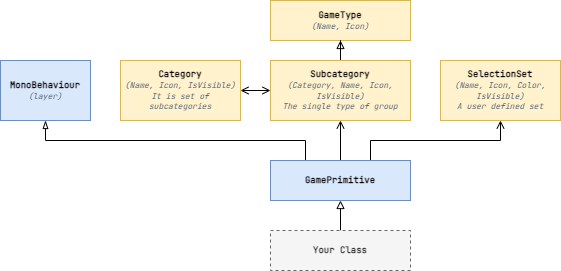
This is Documentation/XiGameToolDiagram.drawio.png from hww/XiGameTool, a draw.io export, as it was before one commit. Source tidied: cells renumbered, new cells last; positions are measured from the earlier drawing's top-left corner, leaving out a move shared by most shapes.
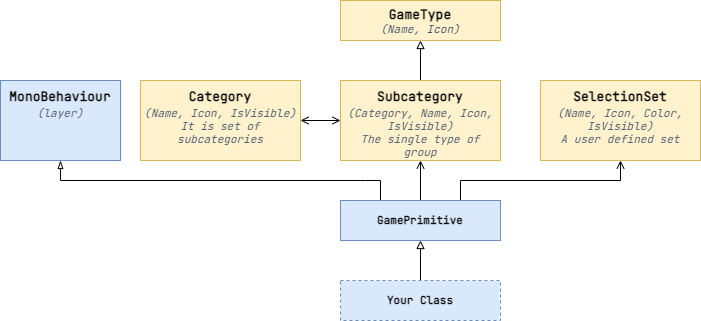
Later version of the same file.

Commit message:
chore(code): Diagram

Diff of the diagram source:
```diff
@@ -2,8 +2,8 @@
   <root>
     <mxCell id="0" />
     <mxCell id="1" parent="0" />
-    <mxCell id="2" value="&lt;b style=&quot;font-size: 9px;&quot;&gt;&lt;font style=&quot;font-size: 9px;&quot;&gt;GameType&lt;/font&gt;&lt;br style=&quot;font-size: 9px;&quot;&gt;&lt;/b&gt;&lt;i style=&quot;&quot;&gt;&lt;font color=&quot;#3a4d69&quot; style=&quot;font-size: 8px;&quot;&gt;(Name, Icon)&lt;/font&gt;&lt;/i&gt;&lt;b style=&quot;font-size: 9px;&quot;&gt;&lt;br style=&quot;font-size: 9px;&quot;&gt;&lt;/b&gt;" style="rounded=0;whiteSpace=wrap;html=1;fillColor=#fff2cc;strokeColor=#d6b656;fontFamily=JetBrains Mono;fontSource=https%3A%2F%2Ffonts.googleapis.com%2Fcss%3Ffamily%3DJetBrains%2BMono;fontSize=9;" parent="1" vertex="1">
-      <mxGeometry x="270" width="140" height="40" as="geometry" />
+    <mxCell id="2" value="&lt;b style=&quot;&quot;&gt;&lt;font style=&quot;font-size: 13px;&quot;&gt;GameType&lt;/font&gt;&lt;br style=&quot;font-size: 11px;&quot;&gt;&lt;/b&gt;&lt;i style=&quot;font-size: 11px;&quot;&gt;&lt;font color=&quot;#3a4d69&quot; style=&quot;font-size: 11px;&quot;&gt;(Name, Icon)&lt;/font&gt;&lt;/i&gt;&lt;b style=&quot;font-size: 11px;&quot;&gt;&lt;br style=&quot;font-size: 11px;&quot;&gt;&lt;/b&gt;" style="rounded=0;whiteSpace=wrap;html=1;fillColor=#fff2cc;strokeColor=#d6b656;fontFamily=JetBrains Mono;fontSource=https%3A%2F%2Ffonts.googleapis.com%2Fcss%3Ffamily%3DJetBrains%2BMono;fontSize=11;verticalAlign=top;" parent="1" vertex="1">
+      <mxGeometry x="280" y="-40" width="160" height="40" as="geometry" />
     </mxCell>
     <mxCell id="3" style="edgeStyle=orthogonalEdgeStyle;rounded=0;jettySize=auto;html=1;entryX=0.5;entryY=1;entryDx=0;entryDy=0;endArrow=block;endFill=0;" parent="1" edge="1" source="5" target="2">
       <mxGeometry relative="1" as="geometry" />
@@ -11,14 +11,14 @@
     <mxCell id="4" style="edgeStyle=orthogonalEdgeStyle;rounded=0;jettySize=auto;html=1;entryX=1;entryY=0.5;entryDx=0;entryDy=0;endArrow=open;endFill=0;startArrow=open;startFill=0;" parent="1" edge="1" source="5" target="6">
       <mxGeometry relative="1" as="geometry" />
     </mxCell>
-    <mxCell id="5" value="&lt;b style=&quot;font-size: 9px;&quot;&gt;&lt;font style=&quot;font-size: 9px;&quot;&gt;Subcategory&lt;/font&gt;&lt;br style=&quot;font-size: 9px;&quot;&gt;&lt;/b&gt;&lt;font style=&quot;font-size: 8px;&quot;&gt;&lt;i style=&quot;color: rgb(82, 97, 115);&quot;&gt;(Category, Name, Icon, IsVisible)&lt;/i&gt;&lt;br style=&quot;&quot;&gt;&lt;i style=&quot;color: rgb(82, 97, 115);&quot;&gt;The single type of group&lt;/i&gt;&lt;/font&gt;&lt;b style=&quot;font-size: 9px;&quot;&gt;&lt;br style=&quot;font-size: 9px;&quot;&gt;&lt;/b&gt;" style="rounded=0;whiteSpace=wrap;html=1;fillColor=#fff2cc;strokeColor=#d6b656;fontFamily=JetBrains Mono;fontSource=https%3A%2F%2Ffonts.googleapis.com%2Fcss%3Ffamily%3DJetBrains%2BMono;fontSize=9;" parent="1" vertex="1">
-      <mxGeometry x="270" y="60" width="140" height="60" as="geometry" />
+    <mxCell id="5" value="&lt;b style=&quot;font-size: 13px;&quot;&gt;&lt;font style=&quot;font-size: 13px; line-height: 1.5;&quot;&gt;Subcategory&lt;/font&gt;&lt;br style=&quot;&quot;&gt;&lt;/b&gt;&lt;font style=&quot;font-size: 11px;&quot;&gt;&lt;i style=&quot;color: rgb(82, 97, 115); font-size: 11px;&quot;&gt;(Category, Name, Icon, IsVisible)&lt;/i&gt;&lt;br style=&quot;font-size: 11px;&quot;&gt;&lt;i style=&quot;color: rgb(82, 97, 115); font-size: 11px;&quot;&gt;The single type of group&lt;/i&gt;&lt;/font&gt;&lt;b style=&quot;font-size: 11px;&quot;&gt;&lt;br style=&quot;font-size: 11px;&quot;&gt;&lt;/b&gt;" style="rounded=0;whiteSpace=wrap;html=1;fillColor=#fff2cc;strokeColor=#d6b656;fontFamily=JetBrains Mono;fontSource=https%3A%2F%2Ffonts.googleapis.com%2Fcss%3Ffamily%3DJetBrains%2BMono;fontSize=11;verticalAlign=top;" parent="1" vertex="1">
+      <mxGeometry x="280" y="40" width="160" height="80" as="geometry" />
     </mxCell>
-    <mxCell id="6" value="&lt;b style=&quot;font-size: 9px;&quot;&gt;&lt;font style=&quot;font-size: 9px;&quot;&gt;Category&lt;/font&gt;&lt;br style=&quot;font-size: 9px;&quot;&gt;&lt;/b&gt;&lt;font style=&quot;font-size: 8px;&quot;&gt;&lt;i style=&quot;color: rgb(82, 97, 115);&quot;&gt;(Name, Icon, IsVisible)&lt;br style=&quot;&quot;&gt;&lt;/i&gt;&lt;font color=&quot;#526173&quot; style=&quot;font-size: 8px;&quot;&gt;&lt;i style=&quot;&quot;&gt;It is set of subcategories&lt;/i&gt;&lt;/font&gt;&lt;/font&gt;" style="rounded=0;whiteSpace=wrap;html=1;fillColor=#fff2cc;strokeColor=#d6b656;fontFamily=JetBrains Mono;fontSource=https%3A%2F%2Ffonts.googleapis.com%2Fcss%3Ffamily%3DJetBrains%2BMono;fontSize=9;" parent="1" vertex="1">
-      <mxGeometry x="120" y="60" width="120" height="60" as="geometry" />
+    <mxCell id="6" value="&lt;b style=&quot;font-size: 13px;&quot;&gt;&lt;font style=&quot;font-size: 13px; line-height: 1.5;&quot;&gt;Category&lt;/font&gt;&lt;br style=&quot;&quot;&gt;&lt;/b&gt;&lt;font style=&quot;font-size: 11px;&quot;&gt;&lt;i style=&quot;color: rgb(82, 97, 115); font-size: 11px;&quot;&gt;(Name, Icon, IsVisible)&lt;br style=&quot;font-size: 11px;&quot;&gt;&lt;/i&gt;&lt;font color=&quot;#526173&quot; style=&quot;font-size: 11px;&quot;&gt;&lt;i style=&quot;font-size: 11px;&quot;&gt;It is set of subcategories&lt;/i&gt;&lt;/font&gt;&lt;/font&gt;" style="rounded=0;whiteSpace=wrap;html=1;fillColor=#fff2cc;strokeColor=#d6b656;fontFamily=JetBrains Mono;fontSource=https%3A%2F%2Ffonts.googleapis.com%2Fcss%3Ffamily%3DJetBrains%2BMono;fontSize=11;verticalAlign=top;" parent="1" vertex="1">
+      <mxGeometry x="80" y="40" width="160" height="80" as="geometry" />
     </mxCell>
-    <mxCell id="7" value="&lt;b style=&quot;font-size: 9px;&quot;&gt;&lt;font style=&quot;font-size: 9px;&quot;&gt;SelectionSet&lt;/font&gt;&lt;br style=&quot;font-size: 9px;&quot;&gt;&lt;/b&gt;&lt;font style=&quot;font-size: 8px;&quot;&gt;&lt;i style=&quot;color: rgb(82, 97, 115);&quot;&gt;(Name, Icon, Color, IsVisible)&lt;/i&gt;&lt;br style=&quot;&quot;&gt;&lt;i style=&quot;color: rgb(82, 97, 115);&quot;&gt;A user defined set&lt;/i&gt;&lt;/font&gt;" style="rounded=0;whiteSpace=wrap;html=1;fillColor=#fff2cc;strokeColor=#d6b656;fontFamily=JetBrains Mono;fontSource=https%3A%2F%2Ffonts.googleapis.com%2Fcss%3Ffamily%3DJetBrains%2BMono;fontSize=9;" parent="1" vertex="1">
-      <mxGeometry x="440" y="60" width="120" height="60" as="geometry" />
+    <mxCell id="7" value="&lt;b style=&quot;font-size: 13px;&quot;&gt;&lt;font style=&quot;font-size: 13px; line-height: 1.5;&quot;&gt;SelectionSet&lt;/font&gt;&lt;br style=&quot;&quot;&gt;&lt;/b&gt;&lt;font style=&quot;font-size: 11px;&quot;&gt;&lt;i style=&quot;color: rgb(82, 97, 115); font-size: 11px;&quot;&gt;(Name, Icon, Color, IsVisible)&lt;/i&gt;&lt;br style=&quot;font-size: 11px;&quot;&gt;&lt;i style=&quot;color: rgb(82, 97, 115); font-size: 11px;&quot;&gt;A user defined set&lt;/i&gt;&lt;/font&gt;" style="rounded=0;whiteSpace=wrap;html=1;fillColor=#fff2cc;strokeColor=#d6b656;fontFamily=JetBrains Mono;fontSource=https%3A%2F%2Ffonts.googleapis.com%2Fcss%3Ffamily%3DJetBrains%2BMono;fontSize=11;verticalAlign=top;" parent="1" vertex="1">
+      <mxGeometry x="480" y="40" width="160" height="80" as="geometry" />
     </mxCell>
     <mxCell id="8" style="edgeStyle=orthogonalEdgeStyle;rounded=0;jettySize=auto;html=1;entryX=0.5;entryY=1;entryDx=0;entryDy=0;endArrow=open;endFill=0;" parent="1" edge="1" source="11" target="5">
       <mxGeometry relative="1" as="geometry" />
@@ -26,8 +26,8 @@
     <mxCell id="9" style="edgeStyle=orthogonalEdgeStyle;rounded=0;jettySize=auto;html=1;entryX=0.5;entryY=1;entryDx=0;entryDy=0;endArrow=open;endFill=0;exitX=0.75;exitY=0;exitDx=0;exitDy=0;" parent="1" edge="1" source="11" target="7">
       <mxGeometry relative="1" as="geometry">
         <Array as="points">
-          <mxPoint x="370" y="140" />
-          <mxPoint x="500" y="140" />
+          <mxPoint x="400" y="140" />
+          <mxPoint x="560" y="140" />
         </Array>
       </mxGeometry>
     </mxCell>
@@ -39,17 +39,17 @@
         </Array>
       </mxGeometry>
     </mxCell>
-    <mxCell id="11" value="&lt;b style=&quot;font-size: 9px;&quot;&gt;&lt;font style=&quot;font-size: 9px;&quot;&gt;GamePrimitive&lt;/font&gt;&lt;/b&gt;" style="rounded=0;whiteSpace=wrap;html=1;fillColor=#dae8fc;strokeColor=#6c8ebf;fontFamily=JetBrains Mono;fontSource=https%3A%2F%2Ffonts.googleapis.com%2Fcss%3Ffamily%3DJetBrains%2BMono;fontSize=9;" parent="1" vertex="1">
-      <mxGeometry x="270" y="160" width="140" height="40" as="geometry" />
+    <mxCell id="11" value="&lt;b style=&quot;font-size: 11px;&quot;&gt;&lt;font style=&quot;font-size: 11px;&quot;&gt;GamePrimitive&lt;/font&gt;&lt;/b&gt;" style="rounded=0;whiteSpace=wrap;html=1;fillColor=#dae8fc;strokeColor=#6c8ebf;fontFamily=JetBrains Mono;fontSource=https%3A%2F%2Ffonts.googleapis.com%2Fcss%3Ffamily%3DJetBrains%2BMono;fontSize=11;" parent="1" vertex="1">
+      <mxGeometry x="280" y="160" width="160" height="40" as="geometry" />
     </mxCell>
-    <mxCell id="12" value="&lt;b style=&quot;font-size: 9px;&quot;&gt;&lt;font style=&quot;font-size: 9px;&quot;&gt;MonoBehaviour&lt;/font&gt;&lt;/b&gt;&lt;br style=&quot;font-size: 9px;&quot;&gt;&lt;i style=&quot;&quot;&gt;&lt;font color=&quot;#526173&quot; style=&quot;font-size: 8px;&quot;&gt;(layer)&lt;/font&gt;&lt;/i&gt;" style="rounded=0;whiteSpace=wrap;html=1;fillColor=#dae8fc;strokeColor=#6c8ebf;fontFamily=JetBrains Mono;fontSource=https%3A%2F%2Ffonts.googleapis.com%2Fcss%3Ffamily%3DJetBrains%2BMono;fontSize=9;" parent="1" vertex="1">
-      <mxGeometry y="60" width="90" height="60" as="geometry" />
+    <mxCell id="12" value="&lt;b style=&quot;&quot;&gt;&lt;font style=&quot;font-size: 13px; line-height: 1.5;&quot;&gt;MonoBehaviour&lt;/font&gt;&lt;/b&gt;&lt;br style=&quot;font-size: 11px;&quot;&gt;&lt;i style=&quot;font-size: 11px;&quot;&gt;&lt;font color=&quot;#526173&quot; style=&quot;font-size: 11px;&quot;&gt;(layer)&lt;/font&gt;&lt;/i&gt;" style="rounded=0;whiteSpace=wrap;html=1;fillColor=#dae8fc;strokeColor=#6c8ebf;fontFamily=JetBrains Mono;fontSource=https%3A%2F%2Ffonts.googleapis.com%2Fcss%3Ffamily%3DJetBrains%2BMono;fontSize=11;verticalAlign=top;" parent="1" vertex="1">
+      <mxGeometry x="-60" y="40" width="120" height="80" as="geometry" />
     </mxCell>
     <mxCell id="13" style="edgeStyle=orthogonalEdgeStyle;rounded=0;jettySize=auto;html=1;fontSize=11;fontColor=#3A4D69;startArrow=none;startFill=0;endArrow=block;endFill=0;entryX=0.5;entryY=1;entryDx=0;entryDy=0;" parent="1" edge="1" source="14" target="11">
       <mxGeometry relative="1" as="geometry" />
     </mxCell>
-    <mxCell id="14" value="&lt;b style=&quot;font-size: 9px;&quot;&gt;&lt;font style=&quot;font-size: 9px;&quot;&gt;Your Class&lt;/font&gt;&lt;/b&gt;" style="rounded=0;whiteSpace=wrap;html=1;fillColor=#f5f5f5;strokeColor=#666666;fontColor=#333333;dashed=1;fontFamily=JetBrains Mono;fontSource=https%3A%2F%2Ffonts.googleapis.com%2Fcss%3Ffamily%3DJetBrains%2BMono;fontSize=9;" parent="1" vertex="1">
-      <mxGeometry x="270" y="230" width="140" height="40" as="geometry" />
+    <mxCell id="14" value="&lt;b style=&quot;font-size: 11px;&quot;&gt;&lt;font style=&quot;font-size: 11px;&quot;&gt;Your Class&lt;/font&gt;&lt;/b&gt;" style="rounded=0;whiteSpace=wrap;html=1;fillColor=#dae8fc;strokeColor=#6c8ebf;dashed=1;fontFamily=JetBrains Mono;fontSource=https%3A%2F%2Ffonts.googleapis.com%2Fcss%3Ffamily%3DJetBrains%2BMono;fontSize=11;" parent="1" vertex="1">
+      <mxGeometry x="280" y="240" width="160" height="40" as="geometry" />
     </mxCell>
   </root>
 </mxGraphModel>
```
